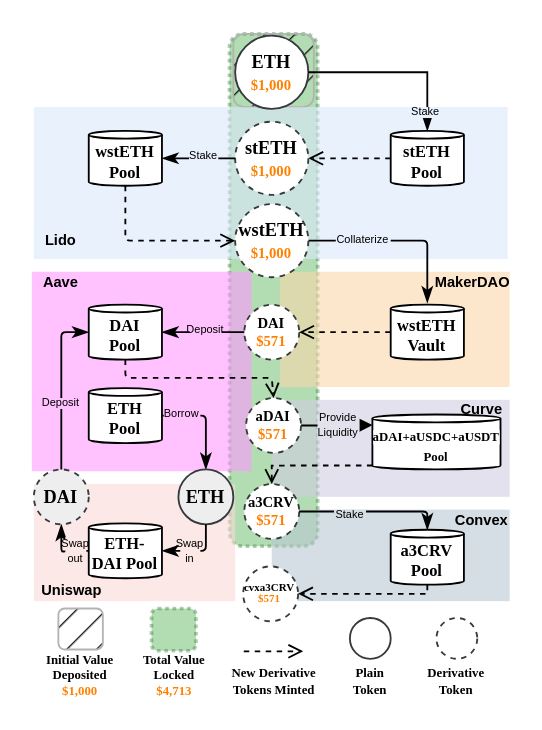
The draw.io diagram diagrams/complexity.drawio in lyc0603/tvl-measurement, before the edit. Source tidied: cells renumbered, new cells numbered last; positions are measured from the earlier drawing's top-left corner, leaving out a move shared by most shapes. Both pictures are drawn from the tidied source at 183%, with x=0, y=0 at pixel (31, 33).
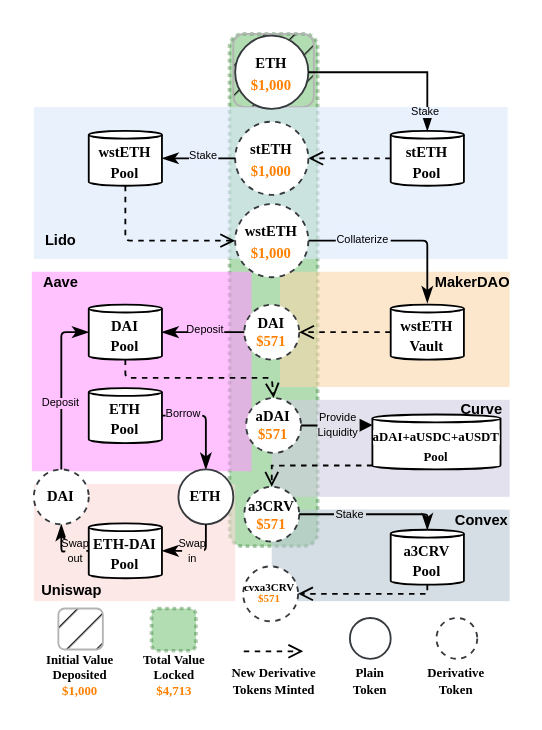
Above is the later version.

Change to the diagram source:
```diff
@@
-    <mxCell id="10" value="&lt;b&gt;stETH Pool&lt;/b&gt;" style="shape=cylinder3;whiteSpace=wrap;html=1;boundedLbl=1;backgroundOutline=1;size=2.1351351351351298;strokeWidth=1;fontFamily=Times New Roman;fontStyle=0;fontSize=9;rounded=0;" parent="1" vertex="1">
+    <mxCell id="10" value="&lt;b&gt;&lt;font style=&quot;font-size: 8px;&quot;&gt;stETH Pool&lt;/font&gt;&lt;/b&gt;" style="shape=cylinder3;whiteSpace=wrap;html=1;boundedLbl=1;backgroundOutline=1;size=2.1351351351351298;strokeWidth=1;fontFamily=Times New Roman;fontStyle=0;fontSize=9;rounded=0;" parent="1" vertex="1">
       <mxGeometry x="196" y="53" width="40" height="30" as="geometry" />
     </mxCell>
@@
-    <mxCell id="14" value="&lt;b&gt;wstETH&lt;br&gt;&lt;/b&gt;&lt;b style=&quot;border-color: var(--border-color);&quot;&gt;&lt;font style=&quot;border-color: var(--border-color); font-size: 8px;&quot; color=&quot;#ff8000&quot;&gt;$1,000&lt;/font&gt;&lt;/b&gt;&lt;b&gt;&lt;br&gt;&lt;/b&gt;" style="ellipse;whiteSpace=wrap;html=1;labelBackgroundColor=none;labelBorderColor=none;fillColor=#FFFFFF;strokeColor=#36393d;fontSize=10;fontFamily=Times New Roman;rounded=0;dashed=1;" parent="1" vertex="1">
+    <mxCell id="14" value="&lt;font style=&quot;font-size: 8px;&quot;&gt;&lt;b&gt;wstETH&lt;br&gt;&lt;/b&gt;&lt;b style=&quot;border-color: var(--border-color);&quot;&gt;&lt;font style=&quot;border-color: var(--border-color); font-size: 8px;&quot; color=&quot;#ff8000&quot;&gt;$1,000&lt;/font&gt;&lt;/b&gt;&lt;/font&gt;&lt;b&gt;&lt;br&gt;&lt;/b&gt;" style="ellipse;whiteSpace=wrap;html=1;labelBackgroundColor=none;labelBorderColor=none;fillColor=#FFFFFF;strokeColor=#36393d;fontSize=10;fontFamily=Times New Roman;rounded=0;dashed=1;" parent="1" vertex="1">
       <mxGeometry x="111" y="93" width="40" height="40" as="geometry" />
     </mxCell>
-    <mxCell id="15" value="&lt;b style=&quot;font-size: 10px;&quot;&gt;stETH&lt;br&gt;&lt;/b&gt;&lt;b style=&quot;border-color: var(--border-color);&quot;&gt;&lt;font color=&quot;#ff8000&quot; style=&quot;font-size: 8px;&quot;&gt;$1,000&lt;/font&gt;&lt;/b&gt;&lt;b style=&quot;font-size: 10px;&quot;&gt;&lt;br&gt;&lt;/b&gt;" style="ellipse;whiteSpace=wrap;html=1;labelBackgroundColor=none;labelBorderColor=none;fillColor=#FFFFFF;strokeColor=#36393d;fontSize=10;fontFamily=Times New Roman;rounded=0;dashed=1;" parent="1" vertex="1">
+    <mxCell id="15" value="&lt;font style=&quot;font-size: 8px;&quot;&gt;&lt;b style=&quot;&quot;&gt;stETH&lt;br&gt;&lt;/b&gt;&lt;b style=&quot;border-color: var(--border-color);&quot;&gt;&lt;font color=&quot;#ff8000&quot; style=&quot;font-size: 8px;&quot;&gt;$1,000&lt;/font&gt;&lt;/b&gt;&lt;/font&gt;&lt;b style=&quot;font-size: 10px;&quot;&gt;&lt;br&gt;&lt;/b&gt;" style="ellipse;whiteSpace=wrap;html=1;labelBackgroundColor=none;labelBorderColor=none;fillColor=#FFFFFF;strokeColor=#36393d;fontSize=10;fontFamily=Times New Roman;rounded=0;dashed=1;" parent="1" vertex="1">
       <mxGeometry x="111" y="48" width="40" height="40" as="geometry" />
     </mxCell>
-    <mxCell id="16" value="ETH&lt;br&gt;&lt;font color=&quot;#ff8000&quot; style=&quot;font-size: 8px;&quot;&gt;$1,000&lt;/font&gt;" style="ellipse;whiteSpace=wrap;html=1;labelBackgroundColor=none;labelBorderColor=none;fillColor=#FFFFFF;strokeColor=#36393d;fontSize=10;fontFamily=Times New Roman;rounded=0;fontStyle=1;" parent="1" vertex="1">
+    <mxCell id="16" value="&lt;font style=&quot;font-size: 8px;&quot;&gt;ETH&lt;br&gt;&lt;font color=&quot;#ff8000&quot; style=&quot;font-size: 8px;&quot;&gt;$1,000&lt;/font&gt;&lt;/font&gt;" style="ellipse;whiteSpace=wrap;html=1;labelBackgroundColor=none;labelBorderColor=none;fillColor=#FFFFFF;strokeColor=#36393d;fontSize=10;fontFamily=Times New Roman;rounded=0;fontStyle=1;" parent="1" vertex="1">
       <mxGeometry x="111" y="1" width="40" height="40" as="geometry" />
     </mxCell>
@@
     <mxCell id="25" value="Deposit" style="text;html=1;strokeColor=none;fillColor=#ffc2ff;align=center;verticalAlign=middle;whiteSpace=wrap;rounded=0;fontFamily=Helvetica;fontSize=6;fontStyle=0;fontColor=#000000;" parent="1" vertex="1">
-      <mxGeometry x="86.2" y="159" width="17.5" height="6" as="geometry" />
+      <mxGeometry x="85" y="159" width="20" height="6" as="geometry" />
     </mxCell>
@@
-    <mxCell id="28" value="&lt;b style=&quot;font-size: 10px;&quot;&gt;ETH&lt;/b&gt;" style="ellipse;whiteSpace=wrap;html=1;labelBackgroundColor=none;labelBorderColor=none;fillColor=#eeeeee;strokeColor=#36393d;fontSize=10;fontFamily=Times New Roman;rounded=0;" parent="1" vertex="1">
+    <mxCell id="28" value="&lt;p style=&quot;line-height: 100%;&quot;&gt;&lt;b style=&quot;&quot;&gt;&lt;font style=&quot;font-size: 8px;&quot;&gt;ETH&lt;/font&gt;&lt;/b&gt;&lt;/p&gt;" style="ellipse;whiteSpace=wrap;html=1;labelBackgroundColor=none;labelBorderColor=none;fillColor=#FFFFFF;strokeColor=#36393d;fontSize=10;fontFamily=Times New Roman;rounded=0;" parent="1" vertex="1">
       <mxGeometry x="80" y="238" width="30" height="30" as="geometry" />
     </mxCell>
-    <mxCell id="29" value="&lt;b style=&quot;font-size: 10px;&quot;&gt;DAI&lt;/b&gt;" style="ellipse;whiteSpace=wrap;html=1;labelBackgroundColor=none;labelBorderColor=none;fillColor=#eeeeee;strokeColor=#36393d;fontSize=10;fontFamily=Times New Roman;rounded=0;dashed=1;" parent="1" vertex="1">
+    <mxCell id="29" value="&lt;p style=&quot;line-height: 100%;&quot;&gt;&lt;b style=&quot;&quot;&gt;&lt;font style=&quot;font-size: 8px;&quot;&gt;DAI&lt;/font&gt;&lt;/b&gt;&lt;/p&gt;" style="ellipse;whiteSpace=wrap;html=1;labelBackgroundColor=none;labelBorderColor=none;fillColor=#FFFFFF;strokeColor=#36393d;fontSize=10;fontFamily=Times New Roman;rounded=0;dashed=1;" parent="1" vertex="1">
       <mxGeometry x="1" y="238" width="30" height="30" as="geometry" />
     </mxCell>
     <mxCell id="30" value="&lt;b style=&quot;font-size: 8px;&quot;&gt;a3CRV&lt;br style=&quot;font-size: 8px;&quot;&gt;&lt;/b&gt;&lt;b style=&quot;border-color: var(--border-color); font-size: 8px;&quot;&gt;&lt;font color=&quot;#ff8000&quot; style=&quot;font-size: 8px;&quot;&gt;$&lt;/font&gt;&lt;/b&gt;&lt;b style=&quot;border-color: var(--border-color); font-size: 8px;&quot;&gt;&lt;font style=&quot;border-color: var(--border-color); font-size: 8px;&quot; color=&quot;#ff8000&quot;&gt;571&lt;/font&gt;&lt;/b&gt;&lt;b style=&quot;font-size: 8px;&quot;&gt;&lt;br style=&quot;font-size: 8px;&quot;&gt;&lt;/b&gt;" style="ellipse;whiteSpace=wrap;html=1;labelBackgroundColor=none;labelBorderColor=none;fillColor=#FFFFFF;strokeColor=#36393d;fontSize=8;fontFamily=Times New Roman;rounded=0;dashed=1;" parent="1" vertex="1">
-      <mxGeometry x="116" y="246" width="30" height="30" as="geometry" />
+      <mxGeometry x="116" y="247.5" width="30" height="30" as="geometry" />
     </mxCell>
@@
     <mxCell id="34" style="edgeStyle=orthogonalEdgeStyle;rounded=1;jettySize=auto;html=1;exitX=1;exitY=0.5;exitDx=0;exitDy=0;arcSize=5;endArrow=classicThin;endFill=1;fillColor=#d80073;strokeColor=#000000;entryX=0.5;entryY=0;entryDx=0;entryDy=0;entryPerimeter=0;" parent="1" edge="1" source="30" target="68">
       <mxGeometry relative="1" as="geometry">
         <Array as="points">
-          <mxPoint x="216" y="261" />
+          <mxPoint x="216" y="263" />
         </Array>
       </mxGeometry>
     </mxCell>
     <mxCell id="35" value="Swap in" style="text;html=1;strokeColor=none;fillColor=#fce9e6;align=center;verticalAlign=middle;whiteSpace=wrap;rounded=0;fontFamily=Helvetica;fontSize=6;fontStyle=0;" parent="1" vertex="1">
-      <mxGeometry x="81" y="274" width="11" height="17" as="geometry" />
+      <mxGeometry x="82" y="274" width="12" height="17" as="geometry" />
     </mxCell>
@@
-    <mxCell id="61" value="&lt;b&gt;wstETH Pool&lt;/b&gt;" style="shape=cylinder3;whiteSpace=wrap;html=1;boundedLbl=1;backgroundOutline=1;size=2.1351351351351298;strokeWidth=1;fontFamily=Times New Roman;fontStyle=0;fontSize=9;rounded=0;" parent="1" vertex="1">
+    <mxCell id="61" value="&lt;b&gt;&lt;font style=&quot;font-size: 8px;&quot;&gt;wstETH Pool&lt;/font&gt;&lt;/b&gt;" style="shape=cylinder3;whiteSpace=wrap;html=1;boundedLbl=1;backgroundOutline=1;size=2.1351351351351298;strokeWidth=1;fontFamily=Times New Roman;fontStyle=0;fontSize=9;rounded=0;" parent="1" vertex="1">
       <mxGeometry x="31" y="53" width="40" height="30" as="geometry" />
     </mxCell>
-    <mxCell id="62" value="&lt;b&gt;wstETH Vault&lt;/b&gt;" style="shape=cylinder3;whiteSpace=wrap;html=1;boundedLbl=1;backgroundOutline=1;size=2.1351351351351298;strokeWidth=1;fontFamily=Times New Roman;fontStyle=0;fontSize=9;rounded=0;" parent="1" vertex="1">
+    <mxCell id="62" value="&lt;b&gt;&lt;font style=&quot;font-size: 8px;&quot;&gt;wstETH Vault&lt;/font&gt;&lt;/b&gt;" style="shape=cylinder3;whiteSpace=wrap;html=1;boundedLbl=1;backgroundOutline=1;size=2.1351351351351298;strokeWidth=1;fontFamily=Times New Roman;fontStyle=0;fontSize=9;rounded=0;" parent="1" vertex="1">
       <mxGeometry x="196" y="148" width="40" height="30" as="geometry" />
     </mxCell>
-    <mxCell id="63" value="&lt;b&gt;DAI&lt;br&gt;Pool&lt;/b&gt;" style="shape=cylinder3;whiteSpace=wrap;html=1;boundedLbl=1;backgroundOutline=1;size=2.1351351351351298;strokeWidth=1;fontFamily=Times New Roman;fontStyle=0;fontSize=9;rounded=0;" parent="1" vertex="1">
+    <mxCell id="63" value="&lt;b style=&quot;font-size: 8px;&quot;&gt;DAI&lt;br&gt;Pool&lt;/b&gt;" style="shape=cylinder3;whiteSpace=wrap;html=1;boundedLbl=1;backgroundOutline=1;size=2.1351351351351298;strokeWidth=1;fontFamily=Times New Roman;fontStyle=0;fontSize=9;rounded=0;" parent="1" vertex="1">
       <mxGeometry x="31" y="148" width="40" height="30" as="geometry" />
     </mxCell>
-    <mxCell id="64" value="&lt;b&gt;ETH&lt;br&gt;Pool&lt;/b&gt;" style="shape=cylinder3;whiteSpace=wrap;html=1;boundedLbl=1;backgroundOutline=1;size=2.1351351351351298;strokeWidth=1;fontFamily=Times New Roman;fontStyle=0;fontSize=9;rounded=0;" parent="1" vertex="1">
+    <mxCell id="64" value="&lt;b style=&quot;font-size: 8px;&quot;&gt;ETH&lt;br&gt;Pool&lt;/b&gt;" style="shape=cylinder3;whiteSpace=wrap;html=1;boundedLbl=1;backgroundOutline=1;size=2.1351351351351298;strokeWidth=1;fontFamily=Times New Roman;fontStyle=0;fontSize=9;rounded=0;" parent="1" vertex="1">
       <mxGeometry x="31" y="193.6" width="40" height="30" as="geometry" />
     </mxCell>
-    <mxCell id="65" value="&lt;b&gt;ETH-DAI Pool&lt;/b&gt;" style="shape=cylinder3;whiteSpace=wrap;html=1;boundedLbl=1;backgroundOutline=1;size=2.1351351351351298;strokeWidth=1;fontFamily=Times New Roman;fontStyle=0;fontSize=9;rounded=0;" parent="1" vertex="1">
+    <mxCell id="65" value="&lt;b&gt;&lt;font style=&quot;font-size: 8px;&quot;&gt;ETH-DAI Pool&lt;/font&gt;&lt;/b&gt;" style="shape=cylinder3;whiteSpace=wrap;html=1;boundedLbl=1;backgroundOutline=1;size=2.1351351351351298;strokeWidth=1;fontFamily=Times New Roman;fontStyle=0;fontSize=9;rounded=0;" parent="1" vertex="1">
       <mxGeometry x="31" y="267.5" width="40" height="30" as="geometry" />
     </mxCell>
@@
-    <mxCell id="68" value="&lt;b&gt;a3CRV Pool&lt;/b&gt;" style="shape=cylinder3;whiteSpace=wrap;html=1;boundedLbl=1;backgroundOutline=1;size=2.1351351351351298;strokeWidth=1;fontFamily=Times New Roman;fontStyle=0;fontSize=9;rounded=0;" parent="1" vertex="1">
+    <mxCell id="68" value="&lt;b&gt;&lt;font style=&quot;font-size: 8px;&quot;&gt;a3CRV Pool&lt;/font&gt;&lt;/b&gt;" style="shape=cylinder3;whiteSpace=wrap;html=1;boundedLbl=1;backgroundOutline=1;size=2.1351351351351298;strokeWidth=1;fontFamily=Times New Roman;fontStyle=0;fontSize=9;rounded=0;" parent="1" vertex="1">
       <mxGeometry x="196" y="271" width="40" height="30" as="geometry" />
     </mxCell>
     <mxCell id="69" value="Borrow" style="text;html=1;strokeColor=none;fillColor=#ffc2ff;align=center;verticalAlign=middle;whiteSpace=wrap;rounded=0;fontFamily=Helvetica;fontSize=6;fontStyle=0;" parent="1" vertex="1">
-      <mxGeometry x="72" y="205" width="20" height="5.5" as="geometry" />
+      <mxGeometry x="73" y="205" width="20" height="5.5" as="geometry" />
     </mxCell>
```
